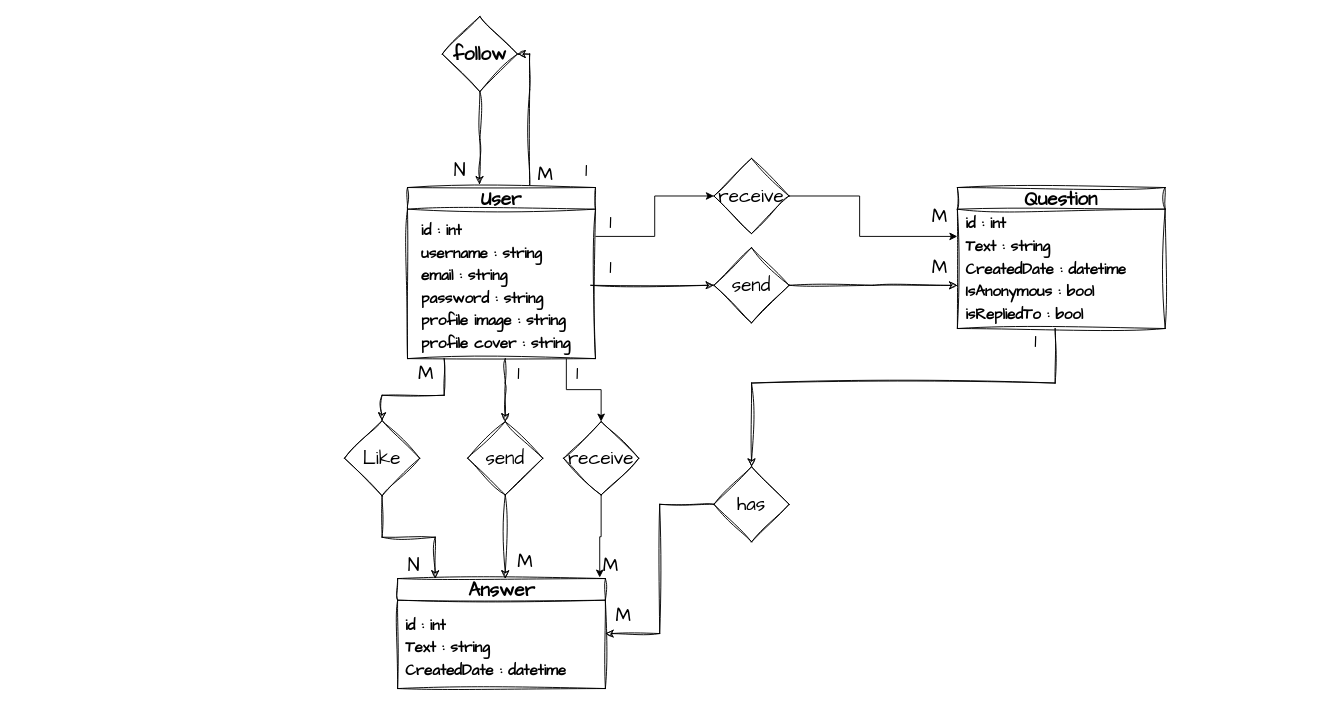
This is page "ERD/UML Diagram" (1 of 2) of Diagram.drawio from OmarNaru1110/Askify, a draw.io file, before an edit. Source tidied: cells renumbered, new cells numbered last; positions are measured from the earlier drawing's top-left corner, leaving out a move shared by most shapes. Both pictures are drawn from the tidied source at 94%, with x=0, y=0 at pixel (344, 16).
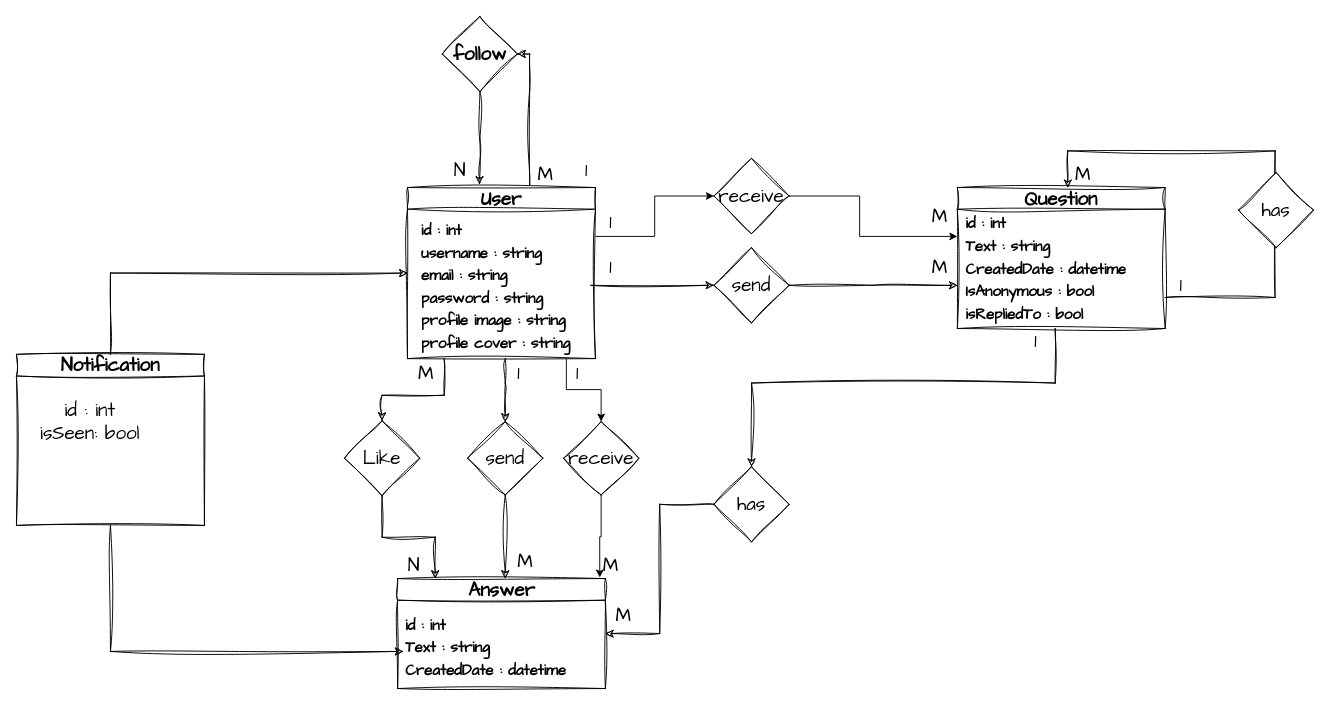
Above is the later version.

Unchanged cells that the change refers to:
```xml
<mxCell id="4" value="&lt;font face=&quot;Architects Daughter&quot;&gt;User&lt;/font&gt;" style="swimlane;whiteSpace=wrap;html=1;hachureGap=4;fontFamily=Architects Daughter;fontSize=20;sketch=1;curveFitting=1;jiggle=2;" parent="1" vertex="1">
  <mxGeometry x="67" y="182" width="200" height="182" as="geometry" />
</mxCell>
<mxCell id="6" value="Question" style="swimlane;whiteSpace=wrap;html=1;hachureGap=4;fontFamily=Architects Daughter;fontSize=20;startSize=23;sketch=1;curveFitting=1;jiggle=2;" parent="1" vertex="1">
  <mxGeometry x="652" y="182" width="221" height="150" as="geometry" />
</mxCell>
<mxCell id="9" value="&lt;font style=&quot;font-size: 16px;&quot;&gt;&lt;b style=&quot;&quot;&gt;&lt;font face=&quot;Architects Daughter&quot;&gt;id : int&lt;br&gt;Text : string&lt;br&gt;CreatedDate : datetime&lt;/font&gt;&lt;br&gt;&lt;/b&gt;&lt;/font&gt;" style="text;html=1;align=left;verticalAlign=middle;points=[];strokeColor=none;fillColor=none;fontSize=20;fontFamily=Architects Daughter;sketch=1;curveFitting=1;jiggle=2;" parent="8" vertex="1">
  <mxGeometry x="6.5" y="26" width="195" height="91" as="geometry" />
</mxCell>
```

Change to the diagram source:
```diff
@@
+    <mxCell id="44" style="edgeStyle=orthogonalEdgeStyle;rounded=0;sketch=1;hachureGap=4;jiggle=2;curveFitting=1;orthogonalLoop=1;jettySize=auto;html=1;fontFamily=Architects Daughter;fontSize=16;entryX=0.531;entryY=0.002;entryDx=0;entryDy=0;entryPerimeter=0;" parent="1" edge="1" source="6" target="6">
+      <mxGeometry relative="1" as="geometry">
+        <Array as="points">
+          <mxPoint x="990" y="299" />
+          <mxPoint x="990" y="143" />
+          <mxPoint x="769" y="143" />
+        </Array>
+      </mxGeometry>
+    </mxCell>
@@
+    <mxCell id="45" value="has" style="rhombus;whiteSpace=wrap;html=1;hachureGap=4;fontFamily=Architects Daughter;fontSize=20;sketch=1;curveFitting=1;jiggle=2;" parent="1" vertex="1">
+      <mxGeometry x="951" y="166" width="80" height="80" as="geometry" />
+    </mxCell>
+    <mxCell id="46" value="1" style="text;strokeColor=none;align=center;fillColor=none;html=1;verticalAlign=middle;whiteSpace=wrap;rounded=0;fontSize=20;fontFamily=Architects Daughter;" parent="1" vertex="1">
+      <mxGeometry x="860" y="271" width="60" height="30" as="geometry" />
+    </mxCell>
+    <mxCell id="47" value="M" style="text;strokeColor=none;align=center;fillColor=none;html=1;verticalAlign=middle;whiteSpace=wrap;rounded=0;fontSize=20;fontFamily=Architects Daughter;" parent="1" vertex="1">
+      <mxGeometry x="756" y="152" width="60" height="30" as="geometry" />
+    </mxCell>
+    <mxCell id="48" style="edgeStyle=orthogonalEdgeStyle;rounded=0;sketch=1;hachureGap=4;jiggle=2;curveFitting=1;jettySize=auto;html=1;entryX=0;entryY=0.5;entryDx=0;entryDy=0;fontFamily=Architects Daughter;fontSize=16;exitX=0.5;exitY=0;exitDx=0;exitDy=0;" parent="1" edge="1" source="49" target="4">
+      <mxGeometry relative="1" as="geometry" />
+    </mxCell>
+    <mxCell id="49" value="&lt;font face=&quot;Architects Daughter&quot;&gt;Notification&lt;/font&gt;" style="swimlane;whiteSpace=wrap;html=1;hachureGap=4;fontFamily=Architects Daughter;fontSize=20;sketch=1;curveFitting=1;jiggle=2;" parent="1" vertex="1">
+      <mxGeometry x="-349" y="359.5" width="200" height="182" as="geometry" />
+    </mxCell>
+    <mxCell id="50" value="id : int&lt;br&gt;isSeen: bool" style="text;html=1;align=center;verticalAlign=middle;strokeColor=none;fillColor=none;fontSize=20;fontFamily=Architects Daughter;" parent="49" vertex="1">
+      <mxGeometry x="13" y="39" width="130" height="65" as="geometry" />
+    </mxCell>
+    <mxCell id="51" style="edgeStyle=orthogonalEdgeStyle;rounded=0;sketch=1;hachureGap=4;jiggle=2;curveFitting=1;jettySize=auto;html=1;entryX=-0.003;entryY=0.566;entryDx=0;entryDy=0;entryPerimeter=0;fontFamily=Architects Daughter;fontSize=16;exitX=0.5;exitY=1;exitDx=0;exitDy=0;" parent="1" edge="1" source="49" target="9">
+      <mxGeometry relative="1" as="geometry" />
+    </mxCell>
```
